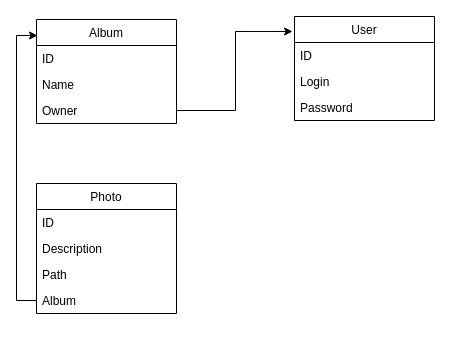
Above: page "DataBase" (1 of 2) of photocol.drawio in kolokolov-i/photocol (draw.io), before the change. Source tidied: cells renumbered, new cells numbered last; positions are measured from the earlier drawing's top-left corner, leaving out a move shared by most shapes. Both pictures are drawn from the tidied source at 100%, with x=0, y=0 at pixel (36, 16).
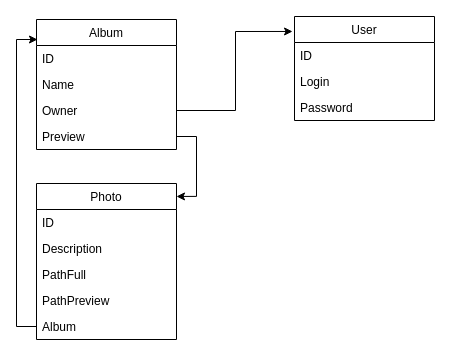
The same diagram, later.

Unchanged cells that the change refers to:
```xml
<mxCell id="5" value="Owner" style="text;strokeColor=none;fillColor=none;align=left;verticalAlign=top;spacingLeft=4;spacingRight=4;overflow=hidden;points=[[0,0.5],[1,0.5]];portConstraint=eastwest;" parent="2" vertex="1">
  <mxGeometry y="78" width="140" height="26" as="geometry" />
</mxCell>
<mxCell id="6" value="User" style="swimlane;fontStyle=0;horizontal=1;startSize=26;fillColor=none;" parent="1" vertex="1">
  <mxGeometry x="258" width="140" height="104" as="geometry" />
</mxCell>
```

The edit, as a diff of the source:
```diff
@@
     <mxCell id="2" value="Album" style="swimlane;fontStyle=0;horizontal=1;startSize=26;fillColor=none;" parent="1" vertex="1">
-      <mxGeometry y="3" width="140" height="104" as="geometry" />
+      <mxGeometry y="3" width="140" height="130" as="geometry" />
     </mxCell>
@@
+    <mxCell id="17" value="Preview" style="text;strokeColor=none;fillColor=none;spacingLeft=4;spacingRight=4;overflow=hidden;points=[[0,0.5],[1,0.5]];portConstraint=eastwest;fontSize=12;" parent="2" vertex="1">
+      <mxGeometry y="104" width="140" height="26" as="geometry" />
+    </mxCell>
@@
     <mxCell id="10" style="edgeStyle=orthogonalEdgeStyle;rounded=0;jettySize=auto;html=1;exitX=1;exitY=0.5;exitDx=0;exitDy=0;entryX=-0.014;entryY=0.144;entryDx=0;entryDy=0;entryPerimeter=0;" parent="1" edge="1" source="5" target="6">
-      <mxGeometry relative="1" as="geometry" />
+      <mxGeometry relative="1" as="geometry">
+        <Array as="points">
+          <mxPoint x="199" y="94" />
+          <mxPoint x="199" y="15" />
+        </Array>
+      </mxGeometry>
     </mxCell>
     <mxCell id="11" value="Photo" style="swimlane;fontStyle=0;horizontal=1;startSize=26;fillColor=none;" parent="1" vertex="1">
-      <mxGeometry y="167" width="140" height="130" as="geometry" />
+      <mxGeometry y="167" width="140" height="156" as="geometry" />
     </mxCell>
@@
-    <mxCell id="14" value="Path" style="text;strokeColor=none;fillColor=none;align=left;verticalAlign=top;spacingLeft=4;spacingRight=4;overflow=hidden;" parent="11" vertex="1">
+    <mxCell id="14" value="PathFull" style="text;strokeColor=none;fillColor=none;align=left;verticalAlign=top;spacingLeft=4;spacingRight=4;overflow=hidden;" parent="11" vertex="1">
       <mxGeometry y="78" width="140" height="26" as="geometry" />
     </mxCell>
+    <mxCell id="18" value="PathPreview" style="text;strokeColor=none;fillColor=none;align=left;verticalAlign=top;spacingLeft=4;spacingRight=4;overflow=hidden;" parent="11" vertex="1">
+      <mxGeometry y="104" width="140" height="26" as="geometry" />
+    </mxCell>
     <mxCell id="15" value="Album" style="text;strokeColor=none;fillColor=none;align=left;verticalAlign=top;spacingLeft=4;spacingRight=4;overflow=hidden;points=[[0,0.5],[1,0.5]];portConstraint=eastwest;" parent="11" vertex="1">
-      <mxGeometry y="104" width="140" height="26" as="geometry" />
+      <mxGeometry y="130" width="140" height="26" as="geometry" />
     </mxCell>
@@
+    <mxCell id="19" style="edgeStyle=orthogonalEdgeStyle;rounded=0;jettySize=auto;html=1;exitX=1;exitY=0.5;exitDx=0;exitDy=0;entryX=1;entryY=0.083;entryDx=0;entryDy=0;entryPerimeter=0;fontSize=16;" parent="1" edge="1" source="17" target="11">
+      <mxGeometry relative="1" as="geometry" />
+    </mxCell>
```
